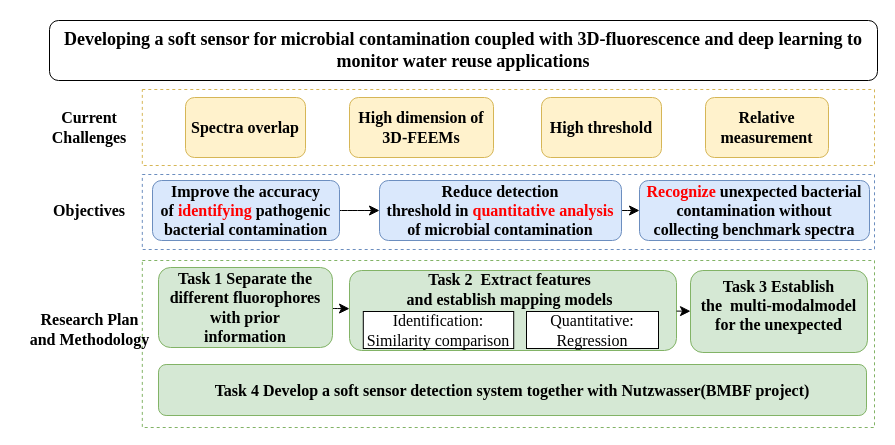
This is hb_new.drawio from chbambooshoot/digram, a draw.io file, before an edit. Source tidied: cells renumbered, new cells numbered last; positions are measured from the earlier drawing's top-left corner, leaving out a move shared by most shapes. Both pictures are drawn from the tidied source at 100%, with x=0, y=0 at pixel (17, 20).
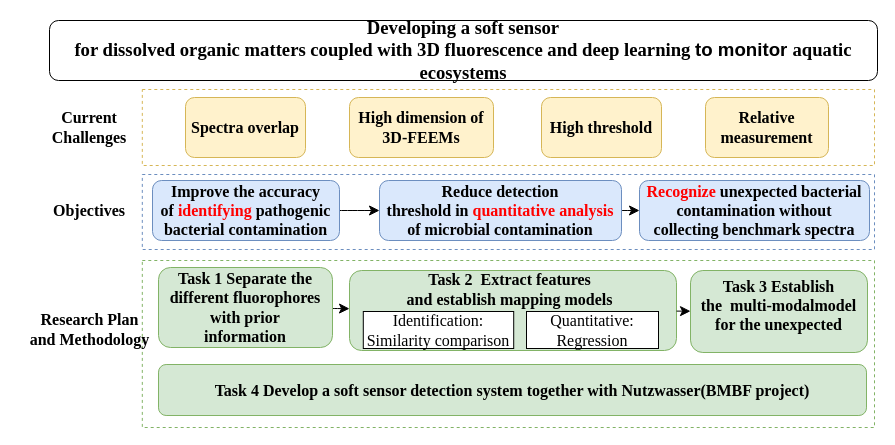
The same page after the edit.

Change to the diagram source:
```diff
@@
-    <mxCell id="20" value="&lt;font face=&quot;Times New Roman&quot; style=&quot;font-size: 18px;&quot;&gt;&lt;a name=&quot;OLE_LINK8&quot; style=&quot;border-color: var(--border-color); text-align: left;&quot;&gt;&lt;span style=&quot;border-color: var(--border-color);&quot;&gt;Developing a soft&amp;nbsp;sensor for microbial contamination coupled with 3D-fluorescence and&amp;nbsp;&lt;/span&gt;&lt;/a&gt;&lt;a name=&quot;OLE_LINK13&quot; style=&quot;border-color: var(--border-color); text-align: left;&quot;&gt;&lt;span style=&quot;border-color: var(--border-color);&quot;&gt;deep learning&lt;/span&gt;&lt;/a&gt;&lt;span style=&quot;border-color: var(--border-color); text-align: left;&quot;&gt;&lt;span style=&quot;border-color: var(--border-color);&quot;&gt;&lt;span lang=&quot;EN-US&quot; style=&quot;border-color: var(--border-color);&quot;&gt;&amp;nbsp;&lt;/span&gt;&lt;/span&gt;&lt;/span&gt;&lt;span style=&quot;border-color: var(--border-color); text-align: left;&quot;&gt;&lt;span lang=&quot;EN-US&quot; style=&quot;border-color: var(--border-color);&quot;&gt;to monitor water&amp;nbsp;reuse applications&lt;/span&gt;&lt;/span&gt;&lt;/font&gt;" style="rounded=1;whiteSpace=wrap;html=1;fontSize=16;fontStyle=1;" parent="1" vertex="1">
+    <mxCell id="20" value="&lt;a name=&quot;OLE_LINK8&quot;&gt;&lt;b&gt;&lt;span style=&quot;font-size:14.0pt;font-family:&amp;quot;Times New Roman&amp;quot;,serif;mso-fareast-font-family:&lt;br/&gt;等线;mso-fareast-theme-font:minor-fareast;mso-font-kerning:1.0pt;mso-ansi-language:&lt;br/&gt;EN-US;mso-fareast-language:ZH-CN;mso-bidi-language:AR-SA&quot; lang=&quot;EN-US&quot;&gt;Developing a soft sensor&lt;br/&gt;for dissolved organic matters coupled with 3D fluorescence and &lt;/span&gt;&lt;/b&gt;&lt;/a&gt;&lt;a name=&quot;OLE_LINK13&quot;&gt;&lt;b&gt;&lt;span style=&quot;font-size:14.0pt;font-family:&amp;quot;Times New Roman&amp;quot;,serif;&lt;br/&gt;mso-fareast-font-family:等线;mso-fareast-theme-font:minor-fareast;mso-font-kerning:&lt;br/&gt;1.0pt;mso-ansi-language:EN-US;mso-fareast-language:ZH-CN;mso-bidi-language:&lt;br/&gt;AR-SA&quot; lang=&quot;EN-US&quot;&gt;deep learning&lt;/span&gt;&lt;/b&gt;&lt;/a&gt;&lt;a name=&quot;_Hlk170631055&quot;&gt;&lt;b&gt;&lt;span style=&quot;font-size:14.0pt;font-family:&amp;quot;Times New Roman&amp;quot;,serif;mso-fareast-font-family:&lt;br/&gt;等线;mso-fareast-theme-font:minor-fareast;mso-font-kerning:1.0pt;mso-ansi-language:&lt;br/&gt;EN-US;mso-fareast-language:ZH-CN;mso-bidi-language:AR-SA&quot; lang=&quot;EN-US&quot;&gt; &lt;/span&gt;&lt;/b&gt;&lt;/a&gt;&lt;b&gt;&lt;span style=&quot;font-size:14.0pt;&lt;br/&gt;font-family:&amp;quot;Times New Roman&amp;quot;,serif;mso-fareast-font-family:等线;mso-fareast-theme-font:&lt;br/&gt;minor-fareast;mso-font-kerning:1.0pt;mso-ansi-language:EN-US;mso-fareast-language:&lt;br/&gt;ZH-CN;mso-bidi-language:AR-SA&quot; lang=&quot;EN-US&quot;&gt;to monitor &lt;/span&gt;&lt;/b&gt;&lt;b&gt;&lt;span style=&quot;font-size:14.0pt;font-family:&amp;quot;Times New Roman&amp;quot;,serif;&lt;br/&gt;mso-fareast-font-family:等线;mso-fareast-theme-font:minor-fareast;mso-font-kerning:&lt;br/&gt;1.0pt;mso-ansi-language:EN-US;mso-fareast-language:ZH-CN;mso-bidi-language:&lt;br/&gt;AR-SA&quot; lang=&quot;EN-US&quot;&gt;aquatic ecosystems&lt;/span&gt;&lt;/b&gt;" style="rounded=1;whiteSpace=wrap;html=1;fontSize=16;fontStyle=1;" parent="1" vertex="1">
       <mxGeometry x="32" width="828" height="60" as="geometry" />
     </mxCell>
```
